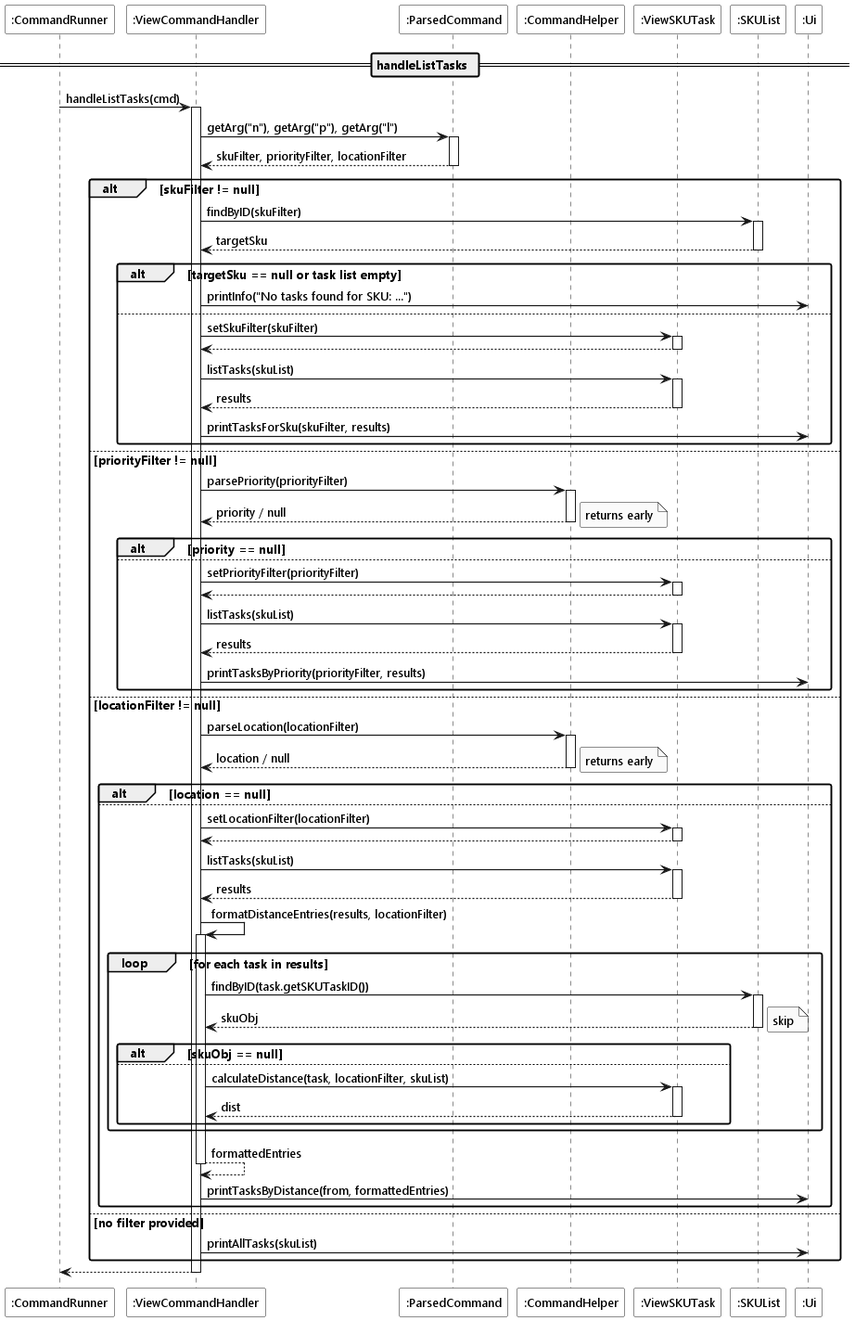
Before: docs/diagrams/command/listtasks-sequence.png, a diagram exported from PlantUML (heehaw1234/tp).
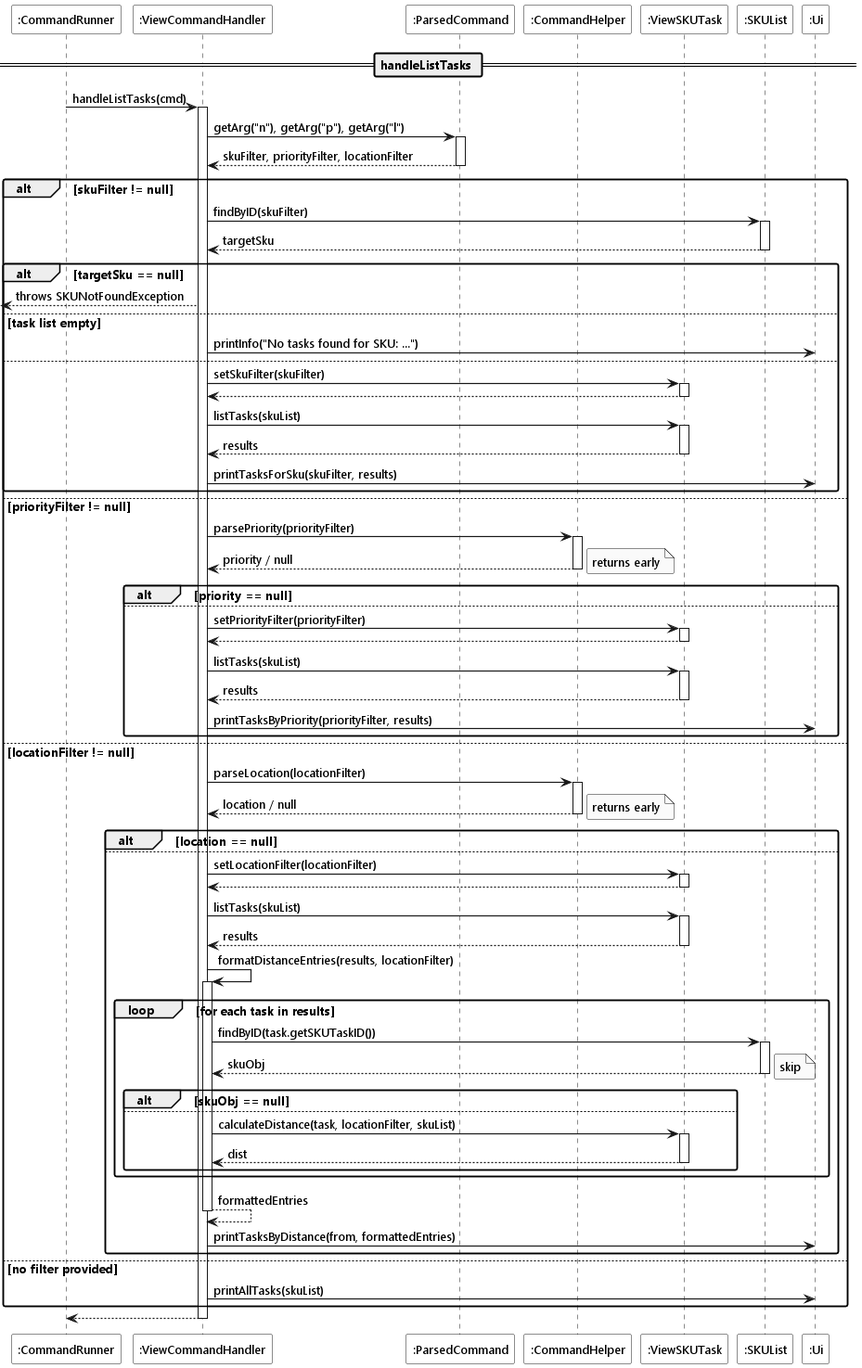
The same file after the commit.

Commit message:
added in SKUNotFoundException to listtasks for a specific SKU if SKU does not exist; updated test cases, javadocs and DG/UG

Change to the diagram source:
```diff
@@ -20,7 +20,9 @@
     handler -> skuList ++ : findByID(skuFilter)
     return targetSku
 
-    alt targetSku == null or task list empty
+    alt targetSku == null
+        <-- handler : throws SKUNotFoundException
+    else task list empty
         handler -> ui : printInfo("No tasks found for SKU: ...")
     else
         handler -> viewer ++ : setSkuFilter(skuFilter)
```
